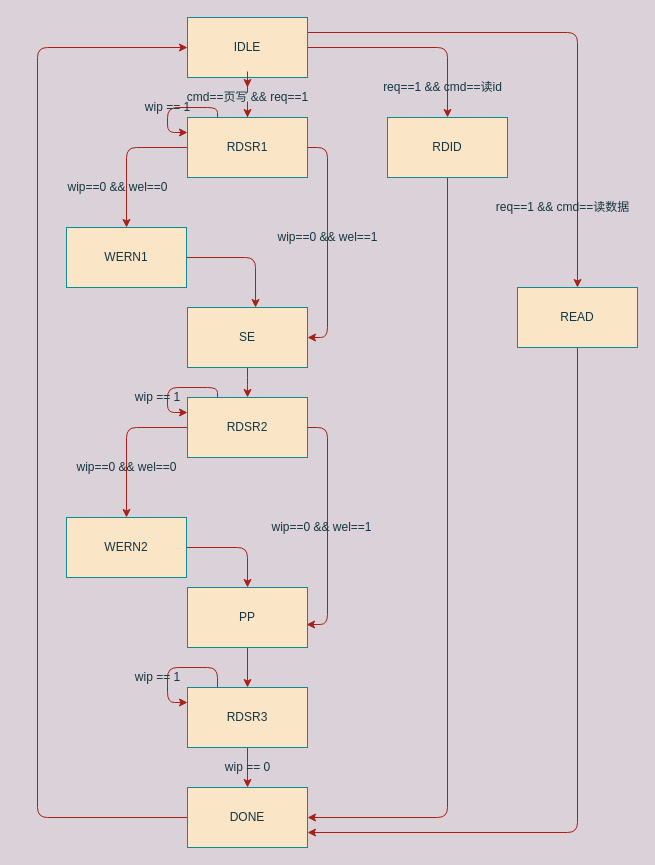
The draw.io diagram flash_state.drawio in wu-bai-guo/spi_flash, before the edit. Source tidied: cells renumbered, new cells numbered last; positions are measured from the earlier drawing's top-left corner, leaving out a move shared by most shapes. Both pictures are drawn from the tidied source at 100%, with x=0, y=0 at pixel (37, 17).
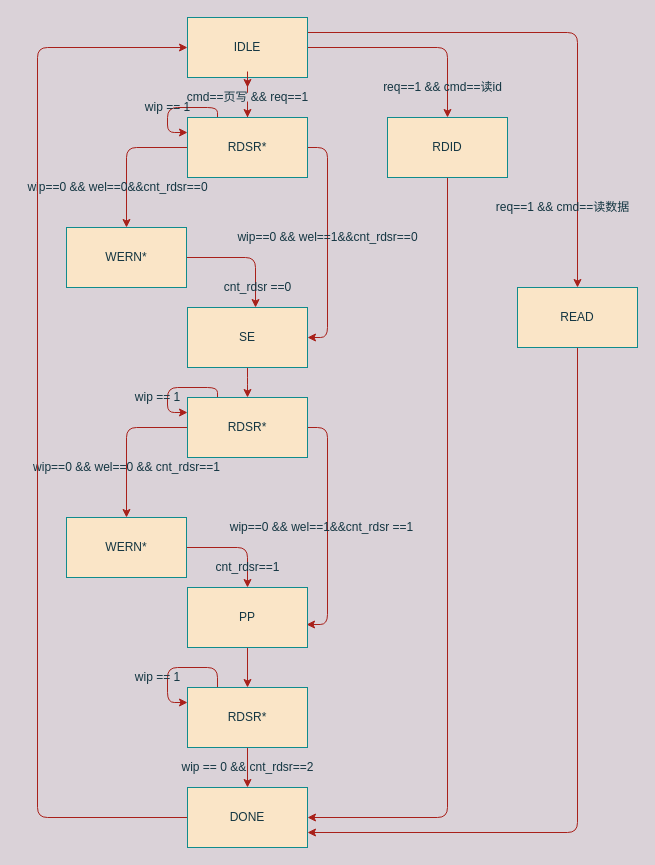
Above is the later version.

Diff of the diagram source:
```diff
@@
-    <mxCell id="9" value="RDSR1" style="whiteSpace=wrap;html=1;rounded=0;sketch=0;strokeColor=#0F8B8D;fillColor=#FAE5C7;fontColor=#143642;" parent="1" vertex="1">
+    <mxCell id="9" value="RDSR*" style="whiteSpace=wrap;html=1;rounded=0;sketch=0;strokeColor=#0F8B8D;fillColor=#FAE5C7;fontColor=#143642;" parent="1" vertex="1">
       <mxGeometry x="150" y="100" width="120" height="60" as="geometry" />
     </mxCell>
-    <mxCell id="10" value="wip==0 &amp;amp;&amp;amp; wel==0" style="text;html=1;align=center;verticalAlign=middle;fontColor=#143642;" parent="1" vertex="1">
-      <mxGeometry x="20" y="160" width="120" height="20" as="geometry" />
+    <mxCell id="10" value="wip==0 &amp;amp;&amp;amp; wel==0&amp;amp;&amp;amp;cnt_rdsr==0" style="text;html=1;align=center;verticalAlign=middle;fontColor=#143642;" parent="1" vertex="1">
+      <mxGeometry x="-20" y="160" width="200" height="20" as="geometry" />
     </mxCell>
@@
-    <mxCell id="12" value="WERN1" style="whiteSpace=wrap;html=1;rounded=0;sketch=0;strokeColor=#0F8B8D;fillColor=#FAE5C7;fontColor=#143642;" parent="1" vertex="1">
+    <mxCell id="12" value="WERN*" style="whiteSpace=wrap;html=1;rounded=0;sketch=0;strokeColor=#0F8B8D;fillColor=#FAE5C7;fontColor=#143642;" parent="1" vertex="1">
       <mxGeometry x="29" y="210" width="120" height="60" as="geometry" />
     </mxCell>
@@
-    <mxCell id="15" value="wip==0 &amp;amp;&amp;amp; wel==1" style="text;html=1;align=center;verticalAlign=middle;fontColor=#143642;" parent="1" vertex="1">
-      <mxGeometry x="230" y="210" width="120" height="20" as="geometry" />
+    <mxCell id="15" value="wip==0 &amp;amp;&amp;amp; wel==1&amp;amp;&amp;amp;cnt_rdsr==0" style="text;html=1;align=center;verticalAlign=middle;fontColor=#143642;" parent="1" vertex="1">
+      <mxGeometry x="190" y="210" width="200" height="20" as="geometry" />
     </mxCell>
@@
-    <mxCell id="21" value="RDSR2" style="whiteSpace=wrap;html=1;rounded=0;sketch=0;strokeColor=#0F8B8D;fillColor=#FAE5C7;fontColor=#143642;" parent="1" vertex="1">
+    <mxCell id="21" value="RDSR*" style="whiteSpace=wrap;html=1;rounded=0;sketch=0;strokeColor=#0F8B8D;fillColor=#FAE5C7;fontColor=#143642;" parent="1" vertex="1">
       <mxGeometry x="150" y="380" width="120" height="60" as="geometry" />
     </mxCell>
@@
-    <mxCell id="23" value="WERN2" style="whiteSpace=wrap;html=1;rounded=0;sketch=0;strokeColor=#0F8B8D;fillColor=#FAE5C7;fontColor=#143642;" parent="1" vertex="1">
+    <mxCell id="23" value="WERN*" style="whiteSpace=wrap;html=1;rounded=0;sketch=0;strokeColor=#0F8B8D;fillColor=#FAE5C7;fontColor=#143642;" parent="1" vertex="1">
       <mxGeometry x="29" y="500" width="120" height="60" as="geometry" />
     </mxCell>
-    <mxCell id="24" value="wip==0 &amp;amp;&amp;amp; wel==0" style="text;html=1;align=center;verticalAlign=middle;fontColor=#143642;" parent="1" vertex="1">
-      <mxGeometry x="29" y="440" width="120" height="20" as="geometry" />
+    <mxCell id="24" value="wip==0 &amp;amp;&amp;amp; wel==0 &amp;amp;&amp;amp; cnt_rdsr==1" style="text;html=1;align=center;verticalAlign=middle;fontColor=#143642;" parent="1" vertex="1">
+      <mxGeometry x="-11" y="440" width="200" height="20" as="geometry" />
     </mxCell>
@@
-    <mxCell id="27" value="wip==0 &amp;amp;&amp;amp; wel==1" style="text;html=1;align=center;verticalAlign=middle;fontColor=#143642;" parent="1" vertex="1">
-      <mxGeometry x="224" y="500" width="120" height="20" as="geometry" />
+    <mxCell id="27" value="wip==0 &amp;amp;&amp;amp; wel==1&amp;amp;&amp;amp;cnt_rdsr ==1" style="text;html=1;align=center;verticalAlign=middle;fontColor=#143642;" parent="1" vertex="1">
+      <mxGeometry x="184" y="500" width="200" height="20" as="geometry" />
     </mxCell>
@@
-    <mxCell id="30" value="RDSR3" style="whiteSpace=wrap;html=1;rounded=0;sketch=0;strokeColor=#0F8B8D;fillColor=#FAE5C7;fontColor=#143642;" parent="1" vertex="1">
+    <mxCell id="30" value="RDSR*" style="whiteSpace=wrap;html=1;rounded=0;sketch=0;strokeColor=#0F8B8D;fillColor=#FAE5C7;fontColor=#143642;" parent="1" vertex="1">
       <mxGeometry x="150" y="670" width="120" height="60" as="geometry" />
     </mxCell>
@@
-    <mxCell id="33" value="wip == 0" style="text;html=1;align=center;verticalAlign=middle;fontColor=#143642;" parent="1" vertex="1">
-      <mxGeometry x="180" y="740" width="60" height="20" as="geometry" />
+    <mxCell id="33" value="wip == 0 &amp;amp;&amp;amp; cnt_rdsr==2" style="text;html=1;align=center;verticalAlign=middle;fontColor=#143642;" parent="1" vertex="1">
+      <mxGeometry x="135" y="740" width="150" height="20" as="geometry" />
     </mxCell>
@@
+    <mxCell id="43" value="cnt_rdsr==1" style="text;html=1;align=center;verticalAlign=middle;fontColor=#143642;" parent="1" vertex="1">
+      <mxGeometry x="170" y="540" width="80" height="20" as="geometry" />
+    </mxCell>
+    <mxCell id="44" value="cnt_rdsr ==0" style="text;html=1;align=center;verticalAlign=middle;fontColor=#143642;" parent="1" vertex="1">
+      <mxGeometry x="180" y="260" width="80" height="20" as="geometry" />
+    </mxCell>
```
